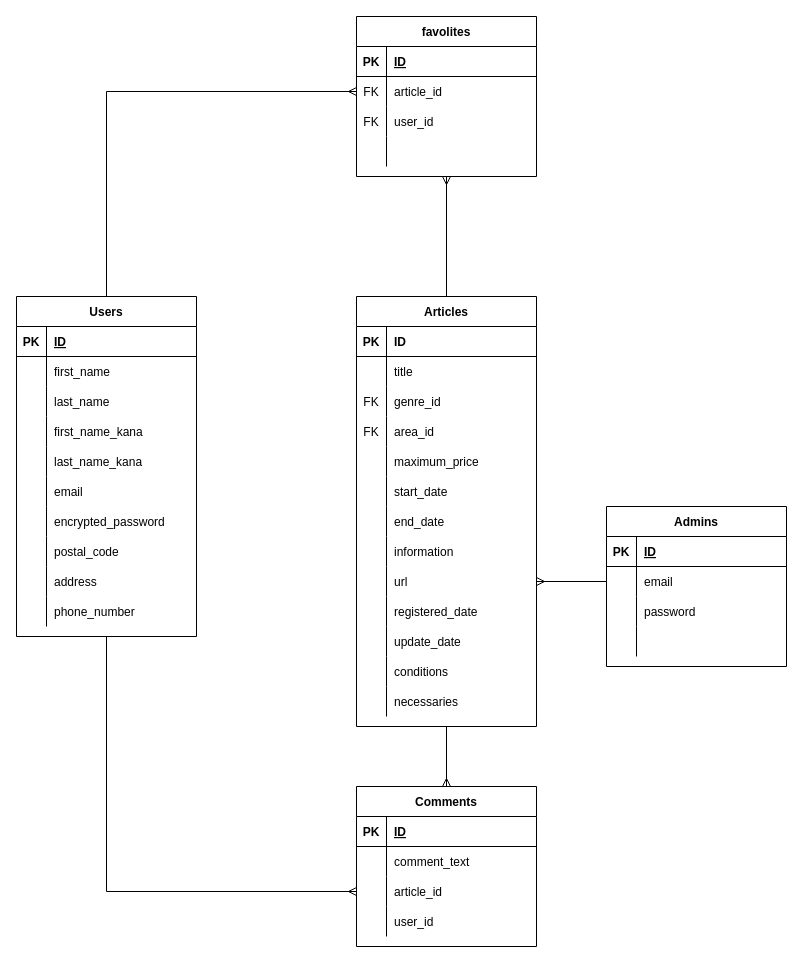
This is assist.dio from daichi1002/assist, a draw.io file, before an edit. Source tidied: cells renumbered, new cells numbered last; positions are measured from the earlier drawing's top-left corner, leaving out a move shared by most shapes. Both pictures are drawn from the tidied source at 100%, with x=0, y=0 at pixel (16, 16).
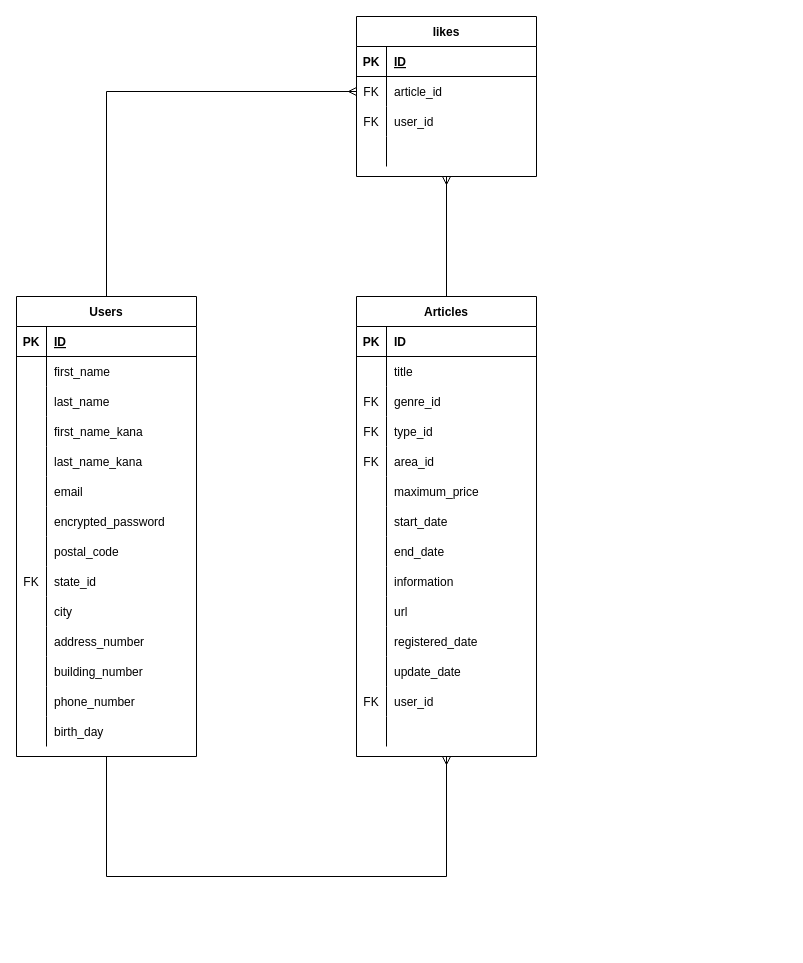
Above is the later version.

Unchanged cells that the change refers to:
```xml
<mxCell id="29" style="shape=partialRectangle;fillColor=none;top=0;left=0;bottom=0;right=0;" parent="4" vertex="1">
  <mxGeometry y="270" width="180" height="30" as="geometry" />
</mxCell>
<mxCell id="32" style="shape=partialRectangle;fillColor=none;top=0;left=0;bottom=0;right=0;" parent="4" vertex="1">
  <mxGeometry y="300" width="180" height="30" as="geometry" />
</mxCell>
```

What changed in the source:
```diff
@@
-    <mxCell id="2" style="edgeStyle=orthogonalEdgeStyle;rounded=0;jettySize=auto;html=1;entryX=0;entryY=0.5;entryDx=0;entryDy=0;startArrow=none;startFill=0;endArrow=ERmany;endFill=0;" parent="1" edge="1" source="4" target="97">
-      <mxGeometry relative="1" as="geometry" />
-    </mxCell>
@@
+    <mxCell id="117" style="edgeStyle=orthogonalEdgeStyle;rounded=0;jettySize=auto;html=1;entryX=0.5;entryY=1;entryDx=0;entryDy=0;startArrow=none;startFill=0;endArrow=ERmany;endFill=0;" parent="1" edge="1" source="4" target="37">
+      <mxGeometry relative="1" as="geometry">
+        <Array as="points">
+          <mxPoint x="90" y="860" />
+          <mxPoint x="430" y="860" />
+        </Array>
+      </mxGeometry>
+    </mxCell>
     <mxCell id="4" value="Users" style="shape=table;startSize=30;childLayout=tableLayout;rowLines=0;fontStyle=1;align=center;" parent="1" vertex="1">
-      <mxGeometry y="280" width="180" height="340" as="geometry" />
+      <mxGeometry y="280" width="180" height="460" as="geometry" />
     </mxCell>
@@
-    <mxCell id="30" style="shape=partialRectangle;fillColor=none;top=0;left=0;bottom=0;right=0;overflow=hidden;" parent="29" vertex="1">
+    <mxCell id="30" value="FK" style="shape=partialRectangle;fillColor=none;top=0;left=0;bottom=0;right=0;overflow=hidden;" parent="29" vertex="1">
       <mxGeometry width="30" height="30" as="geometry" />
     </mxCell>
-    <mxCell id="31" value="address" style="shape=partialRectangle;fillColor=none;top=0;left=0;bottom=0;right=0;align=left;spacingLeft=6;overflow=hidden;" parent="29" vertex="1">
+    <mxCell id="31" value="state_id" style="shape=partialRectangle;fillColor=none;top=0;left=0;bottom=0;right=0;align=left;spacingLeft=6;overflow=hidden;" parent="29" vertex="1">
       <mxGeometry x="30" width="150" height="30" as="geometry" />
     </mxCell>
@@
-    <mxCell id="34" value="phone_number" style="shape=partialRectangle;fillColor=none;top=0;left=0;bottom=0;right=0;align=left;spacingLeft=6;overflow=hidden;" parent="32" vertex="1">
+    <mxCell id="34" value="city" style="shape=partialRectangle;fillColor=none;top=0;left=0;bottom=0;right=0;align=left;spacingLeft=6;overflow=hidden;" parent="32" vertex="1">
       <mxGeometry x="30" width="150" height="30" as="geometry" />
     </mxCell>
+    <mxCell id="118" style="shape=partialRectangle;fillColor=none;top=0;left=0;bottom=0;right=0;" parent="4" vertex="1">
+      <mxGeometry y="330" width="180" height="30" as="geometry" />
+    </mxCell>
+    <mxCell id="119" style="shape=partialRectangle;fillColor=none;top=0;left=0;bottom=0;right=0;fontStyle=0;overflow=hidden;" parent="118" vertex="1">
+      <mxGeometry width="30" height="30" as="geometry" />
+    </mxCell>
+    <mxCell id="120" value="address_number" style="shape=partialRectangle;fillColor=none;top=0;left=0;bottom=0;right=0;align=left;spacingLeft=6;fontStyle=0;overflow=hidden;" parent="118" vertex="1">
+      <mxGeometry x="30" width="150" height="30" as="geometry" />
+    </mxCell>
+    <mxCell id="121" style="shape=partialRectangle;fillColor=none;top=0;left=0;bottom=0;right=0;" parent="4" vertex="1">
+      <mxGeometry y="360" width="180" height="30" as="geometry" />
+    </mxCell>
+    <mxCell id="122" style="shape=partialRectangle;fillColor=none;top=0;left=0;bottom=0;right=0;overflow=hidden;" parent="121" vertex="1">
+      <mxGeometry width="30" height="30" as="geometry" />
+    </mxCell>
+    <mxCell id="123" value="building_number" style="shape=partialRectangle;fillColor=none;top=0;left=0;bottom=0;right=0;align=left;spacingLeft=6;overflow=hidden;" parent="121" vertex="1">
+      <mxGeometry x="30" width="150" height="30" as="geometry" />
+    </mxCell>
+    <mxCell id="124" style="shape=partialRectangle;fillColor=none;top=0;left=0;bottom=0;right=0;" parent="4" vertex="1">
+      <mxGeometry y="390" width="180" height="30" as="geometry" />
+    </mxCell>
+    <mxCell id="125" style="shape=partialRectangle;fillColor=none;top=0;left=0;bottom=0;right=0;overflow=hidden;" parent="124" vertex="1">
+      <mxGeometry width="30" height="30" as="geometry" />
+    </mxCell>
+    <mxCell id="126" value="phone_number" style="shape=partialRectangle;fillColor=none;top=0;left=0;bottom=0;right=0;align=left;spacingLeft=6;overflow=hidden;" parent="124" vertex="1">
+      <mxGeometry x="30" width="150" height="30" as="geometry" />
+    </mxCell>
+    <mxCell id="127" style="shape=partialRectangle;fillColor=none;top=0;left=0;bottom=0;right=0;" parent="4" vertex="1">
+      <mxGeometry y="420" width="180" height="30" as="geometry" />
+    </mxCell>
+    <mxCell id="128" style="shape=partialRectangle;fillColor=none;top=0;left=0;bottom=0;right=0;overflow=hidden;" parent="127" vertex="1">
+      <mxGeometry width="30" height="30" as="geometry" />
+    </mxCell>
+    <mxCell id="129" value="birth_day" style="shape=partialRectangle;fillColor=none;top=0;left=0;bottom=0;right=0;align=left;spacingLeft=6;overflow=hidden;" parent="127" vertex="1">
+      <mxGeometry x="30" width="150" height="30" as="geometry" />
+    </mxCell>
@@
-    <mxCell id="36" style="edgeStyle=orthogonalEdgeStyle;rounded=0;jettySize=auto;html=1;entryX=0.5;entryY=0;entryDx=0;entryDy=0;startArrow=none;startFill=0;endArrow=ERmany;endFill=0;" parent="1" edge="1" source="37" target="90">
-      <mxGeometry relative="1" as="geometry" />
-    </mxCell>
     <mxCell id="37" value="Articles" style="shape=table;startSize=30;childLayout=tableLayout;rowLines=0;fontStyle=1;align=center;" parent="1" vertex="1">
-      <mxGeometry x="340" y="280" width="180" height="430" as="geometry" />
+      <mxGeometry x="340" y="280" width="180" height="460" as="geometry" />
     </mxCell>
@@
+    <mxCell id="130" style="shape=partialRectangle;fillColor=none;top=0;left=0;bottom=0;right=0;" parent="37" vertex="1">
+      <mxGeometry y="120" width="180" height="30" as="geometry" />
+    </mxCell>
+    <mxCell id="131" value="FK" style="shape=partialRectangle;fillColor=none;top=0;left=0;bottom=0;right=0;overflow=hidden;" parent="130" vertex="1">
+      <mxGeometry width="30" height="30" as="geometry" />
+    </mxCell>
+    <mxCell id="132" value="type_id" style="shape=partialRectangle;fillColor=none;top=0;left=0;bottom=0;right=0;align=left;spacingLeft=6;overflow=hidden;" parent="130" vertex="1">
+      <mxGeometry x="30" width="150" height="30" as="geometry" />
+    </mxCell>
     <mxCell id="47" style="shape=partialRectangle;fillColor=none;top=0;left=0;bottom=0;right=0;" parent="37" vertex="1">
-      <mxGeometry y="120" width="180" height="30" as="geometry" />
+      <mxGeometry y="150" width="180" height="30" as="geometry" />
     </mxCell>
@@
     <mxCell id="50" style="shape=partialRectangle;fillColor=none;top=0;left=0;bottom=0;right=0;" parent="37" vertex="1">
-      <mxGeometry y="150" width="180" height="30" as="geometry" />
+      <mxGeometry y="180" width="180" height="30" as="geometry" />
     </mxCell>
@@
     <mxCell id="53" style="shape=partialRectangle;fillColor=none;top=0;left=0;bottom=0;right=0;" parent="37" vertex="1">
-      <mxGeometry y="180" width="180" height="30" as="geometry" />
+      <mxGeometry y="210" width="180" height="30" as="geometry" />
     </mxCell>
@@
     <mxCell id="56" style="shape=partialRectangle;fillColor=none;top=0;left=0;bottom=0;right=0;" parent="37" vertex="1">
-      <mxGeometry y="210" width="180" height="30" as="geometry" />
+      <mxGeometry y="240" width="180" height="30" as="geometry" />
     </mxCell>
@@
     <mxCell id="59" style="shape=partialRectangle;fillColor=none;top=0;left=0;bottom=0;right=0;" parent="37" vertex="1">
-      <mxGeometry y="240" width="180" height="30" as="geometry" />
+      <mxGeometry y="270" width="180" height="30" as="geometry" />
     </mxCell>
@@
     <mxCell id="62" style="shape=partialRectangle;fillColor=none;top=0;left=0;bottom=0;right=0;points=[[0,0.5],[1,0.5]];portConstraint=eastwest;" parent="37" vertex="1">
-      <mxGeometry y="270" width="180" height="30" as="geometry" />
+      <mxGeometry y="300" width="180" height="30" as="geometry" />
     </mxCell>
@@
     <mxCell id="65" style="shape=partialRectangle;fillColor=none;top=0;left=0;bottom=0;right=0;" parent="37" vertex="1">
-      <mxGeometry y="300" width="180" height="30" as="geometry" />
+      <mxGeometry y="330" width="180" height="30" as="geometry" />
     </mxCell>
@@
     <mxCell id="68" style="shape=partialRectangle;fillColor=none;top=0;left=0;bottom=0;right=0;" parent="37" vertex="1">
-      <mxGeometry y="330" width="180" height="30" as="geometry" />
+      <mxGeometry y="360" width="180" height="30" as="geometry" />
     </mxCell>
@@
     <mxCell id="71" style="shape=partialRectangle;fillColor=none;top=0;left=0;bottom=0;right=0;" parent="37" vertex="1">
-      <mxGeometry y="360" width="180" height="30" as="geometry" />
+      <mxGeometry y="390" width="180" height="30" as="geometry" />
     </mxCell>
-    <mxCell id="72" style="shape=partialRectangle;fillColor=none;top=0;left=0;bottom=0;right=0;overflow=hidden;" parent="71" vertex="1">
+    <mxCell id="72" value="FK" style="shape=partialRectangle;fillColor=none;top=0;left=0;bottom=0;right=0;overflow=hidden;" parent="71" vertex="1">
       <mxGeometry width="30" height="30" as="geometry" />
     </mxCell>
-    <mxCell id="73" value="conditions" style="shape=partialRectangle;fillColor=none;top=0;left=0;bottom=0;right=0;align=left;spacingLeft=6;overflow=hidden;" parent="71" vertex="1">
+    <mxCell id="73" value="user_id" style="shape=partialRectangle;fillColor=none;top=0;left=0;bottom=0;right=0;align=left;spacingLeft=6;overflow=hidden;" parent="71" vertex="1">
       <mxGeometry x="30" width="150" height="30" as="geometry" />
     </mxCell>
     <mxCell id="74" style="shape=partialRectangle;fillColor=none;top=0;left=0;bottom=0;right=0;" parent="37" vertex="1">
-      <mxGeometry y="390" width="180" height="30" as="geometry" />
+      <mxGeometry y="420" width="180" height="30" as="geometry" />
     </mxCell>
@@
-    <mxCell id="76" value="necessaries" style="shape=partialRectangle;fillColor=none;top=0;left=0;bottom=0;right=0;align=left;spacingLeft=6;overflow=hidden;" parent="74" vertex="1">
+    <mxCell id="76" style="shape=partialRectangle;fillColor=none;top=0;left=0;bottom=0;right=0;align=left;spacingLeft=6;overflow=hidden;" parent="74" vertex="1">
       <mxGeometry x="30" width="150" height="30" as="geometry" />
     </mxCell>
-    <mxCell id="77" value="favolites" style="shape=table;startSize=30;childLayout=tableLayout;rowLines=0;fontStyle=1;align=center;" parent="1" vertex="1">
+    <mxCell id="77" value="likes" style="shape=table;startSize=30;childLayout=tableLayout;rowLines=0;fontStyle=1;align=center;" parent="1" vertex="1">
       <mxGeometry x="340" width="180" height="160" as="geometry" />
     </mxCell>
@@
-    <mxCell id="90" value="Comments" style="shape=table;startSize=30;childLayout=tableLayout;rowLines=0;fontStyle=1;align=center;" parent="1" vertex="1">
-      <mxGeometry x="340" y="770" width="180" height="160" as="geometry" />
-    </mxCell>
-    <mxCell id="91" style="shape=partialRectangle;fillColor=none;top=0;left=0;bottom=1;right=0;" parent="90" vertex="1">
-      <mxGeometry y="30" width="180" height="30" as="geometry" />
-    </mxCell>
-    <mxCell id="92" value="PK" style="shape=partialRectangle;fillColor=none;top=0;left=0;bottom=0;right=0;fontStyle=1;overflow=hidden;" parent="91" vertex="1">
-      <mxGeometry width="30" height="30" as="geometry" />
-    </mxCell>
-    <mxCell id="93" value="ID" style="shape=partialRectangle;fillColor=none;top=0;left=0;bottom=0;right=0;align=left;spacingLeft=6;fontStyle=5;overflow=hidden;" parent="91" vertex="1">
-      <mxGeometry x="30" width="150" height="30" as="geometry" />
-    </mxCell>
-    <mxCell id="94" style="shape=partialRectangle;fillColor=none;top=0;left=0;bottom=0;right=0;" parent="90" vertex="1">
-      <mxGeometry y="60" width="180" height="30" as="geometry" />
-    </mxCell>
-    <mxCell id="95" style="shape=partialRectangle;fillColor=none;top=0;left=0;bottom=0;right=0;overflow=hidden;" parent="94" vertex="1">
-      <mxGeometry width="30" height="30" as="geometry" />
-    </mxCell>
-    <mxCell id="96" value="comment_text" style="shape=partialRectangle;fillColor=none;top=0;left=0;bottom=0;right=0;align=left;spacingLeft=6;overflow=hidden;" parent="94" vertex="1">
-      <mxGeometry x="30" width="150" height="30" as="geometry" />
-    </mxCell>
-    <mxCell id="97" style="shape=partialRectangle;fillColor=none;top=0;left=0;bottom=0;right=0;points=[[0,0.5],[1,0.5]];portConstraint=eastwest;" parent="90" vertex="1">
-      <mxGeometry y="90" width="180" height="30" as="geometry" />
-    </mxCell>
-    <mxCell id="98" style="shape=partialRectangle;fillColor=none;top=0;left=0;bottom=0;right=0;overflow=hidden;" parent="97" vertex="1">
-      <mxGeometry width="30" height="30" as="geometry" />
-    </mxCell>
-    <mxCell id="99" value="article_id" style="shape=partialRectangle;fillColor=none;top=0;left=0;bottom=0;right=0;align=left;spacingLeft=6;overflow=hidden;" parent="97" vertex="1">
-      <mxGeometry x="30" width="150" height="30" as="geometry" />
-    </mxCell>
-    <mxCell id="100" style="shape=partialRectangle;fillColor=none;top=0;left=0;bottom=0;right=0;" parent="90" vertex="1">
-      <mxGeometry y="120" width="180" height="30" as="geometry" />
-    </mxCell>
-    <mxCell id="101" style="shape=partialRectangle;fillColor=none;top=0;left=0;bottom=0;right=0;overflow=hidden;" parent="100" vertex="1">
-      <mxGeometry width="30" height="30" as="geometry" />
-    </mxCell>
-    <mxCell id="102" value="user_id" style="shape=partialRectangle;fillColor=none;top=0;left=0;bottom=0;right=0;align=left;spacingLeft=6;overflow=hidden;" parent="100" vertex="1">
-      <mxGeometry x="30" width="150" height="30" as="geometry" />
-    </mxCell>
-    <mxCell id="103" value="Admins" style="shape=table;startSize=30;childLayout=tableLayout;rowLines=0;fontStyle=1;align=center;" parent="1" vertex="1">
-      <mxGeometry x="590" y="490" width="180" height="160" as="geometry" />
-    </mxCell>
-    <mxCell id="104" style="shape=partialRectangle;fillColor=none;top=0;left=0;bottom=1;right=0;" parent="103" vertex="1">
-      <mxGeometry y="30" width="180" height="30" as="geometry" />
-    </mxCell>
-    <mxCell id="105" value="PK" style="shape=partialRectangle;fillColor=none;top=0;left=0;bottom=0;right=0;fontStyle=1;overflow=hidden;" parent="104" vertex="1">
-      <mxGeometry width="30" height="30" as="geometry" />
-    </mxCell>
-    <mxCell id="106" value="ID" style="shape=partialRectangle;fillColor=none;top=0;left=0;bottom=0;right=0;align=left;spacingLeft=6;fontStyle=5;overflow=hidden;" parent="104" vertex="1">
-      <mxGeometry x="30" width="150" height="30" as="geometry" />
-    </mxCell>
-    <mxCell id="107" style="shape=partialRectangle;fillColor=none;top=0;left=0;bottom=0;right=0;points=[[0,0.5],[1,0.5]];portConstraint=eastwest;" parent="103" vertex="1">
-      <mxGeometry y="60" width="180" height="30" as="geometry" />
-    </mxCell>
-    <mxCell id="108" style="shape=partialRectangle;fillColor=none;top=0;left=0;bottom=0;right=0;overflow=hidden;" parent="107" vertex="1">
-      <mxGeometry width="30" height="30" as="geometry" />
-    </mxCell>
-    <mxCell id="109" value="email" style="shape=partialRectangle;fillColor=none;top=0;left=0;bottom=0;right=0;align=left;spacingLeft=6;overflow=hidden;" parent="107" vertex="1">
-      <mxGeometry x="30" width="150" height="30" as="geometry" />
-    </mxCell>
-    <mxCell id="110" style="shape=partialRectangle;fillColor=none;top=0;left=0;bottom=0;right=0;" parent="103" vertex="1">
-      <mxGeometry y="90" width="180" height="30" as="geometry" />
-    </mxCell>
-    <mxCell id="111" style="shape=partialRectangle;fillColor=none;top=0;left=0;bottom=0;right=0;overflow=hidden;" parent="110" vertex="1">
-      <mxGeometry width="30" height="30" as="geometry" />
-    </mxCell>
-    <mxCell id="112" value="password" style="shape=partialRectangle;fillColor=none;top=0;left=0;bottom=0;right=0;align=left;spacingLeft=6;overflow=hidden;" parent="110" vertex="1">
-      <mxGeometry x="30" width="150" height="30" as="geometry" />
-    </mxCell>
-    <mxCell id="113" style="shape=partialRectangle;fillColor=none;top=0;left=0;bottom=0;right=0;" parent="103" vertex="1">
-      <mxGeometry y="120" width="180" height="30" as="geometry" />
-    </mxCell>
-    <mxCell id="114" style="shape=partialRectangle;fillColor=none;top=0;left=0;bottom=0;right=0;overflow=hidden;" parent="113" vertex="1">
-      <mxGeometry width="30" height="30" as="geometry" />
-    </mxCell>
-    <mxCell id="115" style="shape=partialRectangle;fillColor=none;top=0;left=0;bottom=0;right=0;align=left;spacingLeft=6;overflow=hidden;" parent="113" vertex="1">
-      <mxGeometry x="30" width="150" height="30" as="geometry" />
-    </mxCell>
-    <mxCell id="116" style="edgeStyle=orthogonalEdgeStyle;rounded=0;jettySize=auto;html=1;exitX=0;exitY=0.5;exitDx=0;exitDy=0;entryX=1;entryY=0.5;entryDx=0;entryDy=0;startArrow=none;startFill=0;endArrow=ERmany;endFill=0;" parent="1" edge="1" source="107" target="62">
-      <mxGeometry relative="1" as="geometry" />
-    </mxCell>
```
